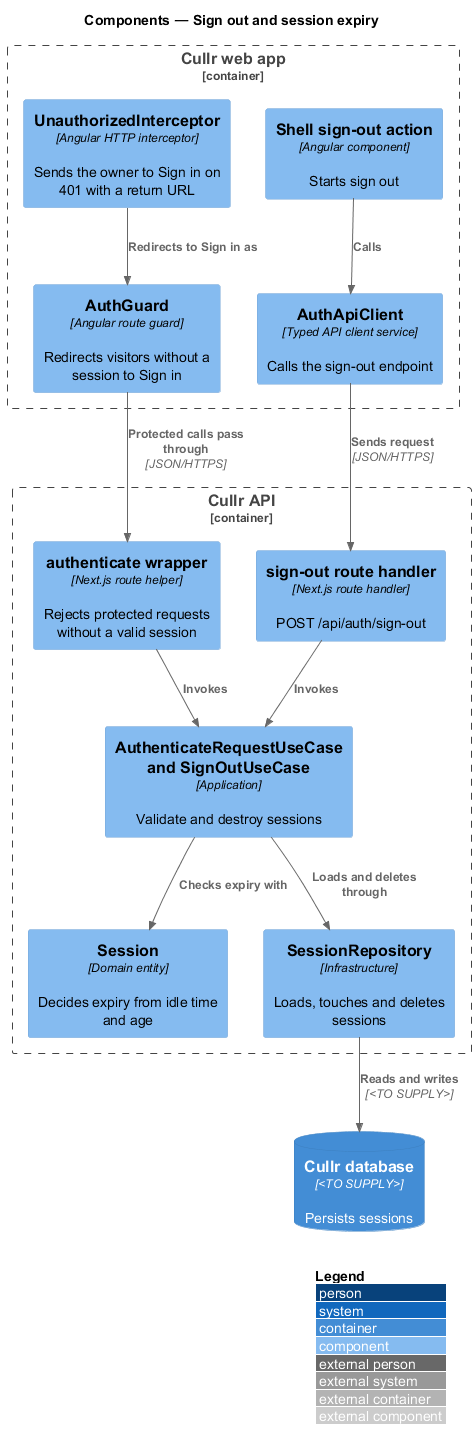
Above: docs/detailed-designs/access/sign-out-and-session/diagrams/c4-component.png in QuinntyneBrown/cullr (PlantUML), before the change.
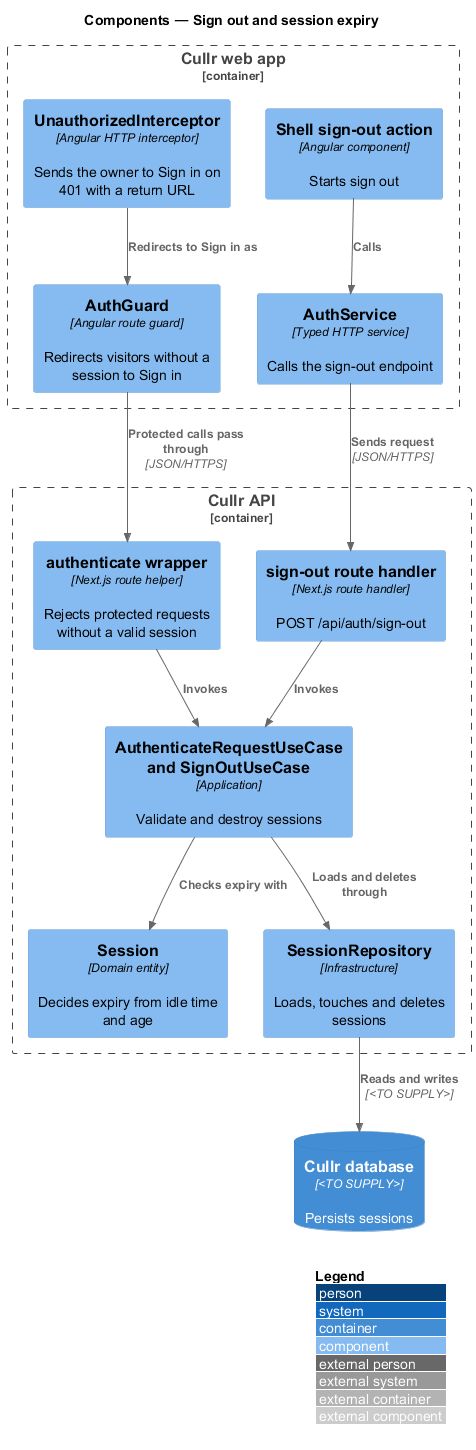
Above is the later version.

The edit, as a diff of the source:
```diff
@@ -7,7 +7,7 @@
   Component(guard, "AuthGuard", "Angular route guard", "Redirects visitors without a session to Sign in")
   Component(interceptor, "UnauthorizedInterceptor", "Angular HTTP interceptor", "Sends the owner to Sign in on 401 with a return URL")
   Component(shell, "Shell sign-out action", "Angular component", "Starts sign out")
-  Component(client, "AuthApiClient", "Typed API client service", "Calls the sign-out endpoint")
+  Component(client, "AuthService", "Typed HTTP service", "Calls the sign-out endpoint")
 }
 Container_Boundary(api, "Cullr API") {
   Component(auth, "authenticate wrapper", "Next.js route helper", "Rejects protected requests without a valid session")
```
